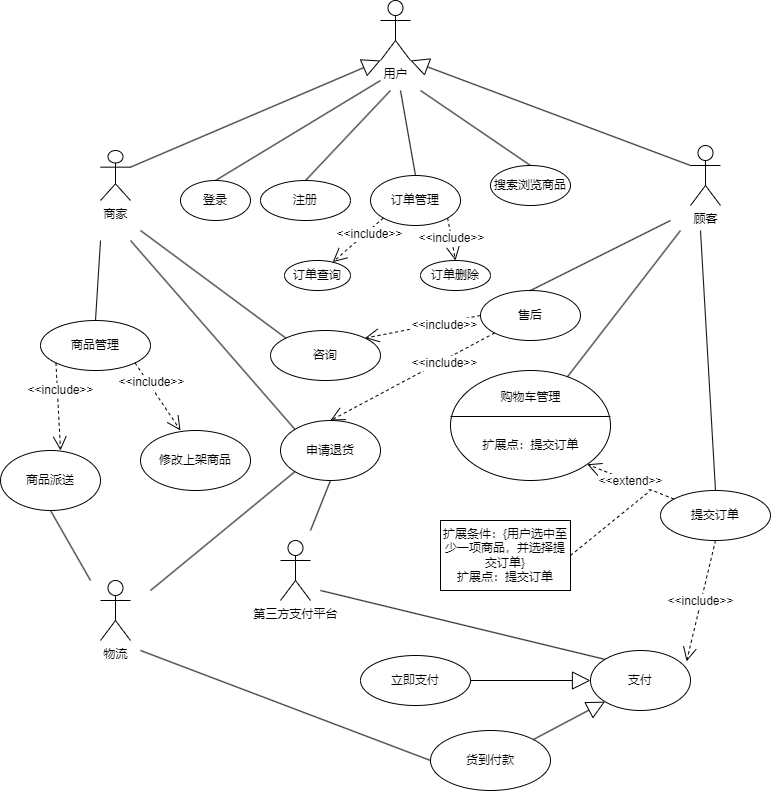
ICEFJL/Experiment-with-software-development-methods keeps this draw.io diagram as 实验1.drawio.png. Above is the earlier version. Source tidied: cells renumbered, new cells last; positions are measured from the earlier drawing's top-left corner, leaving out a move shared by most shapes.
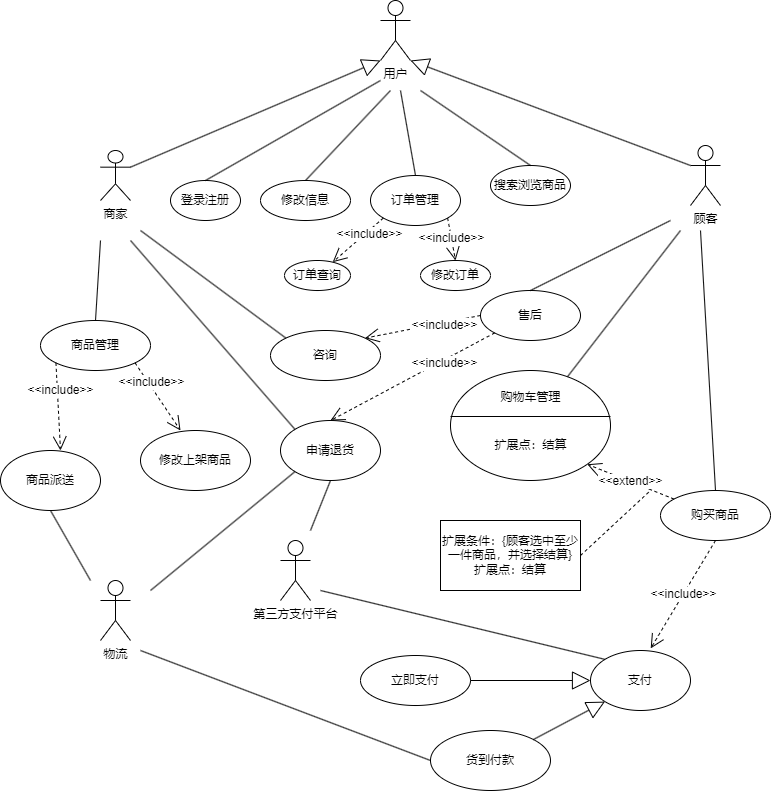
The same file after the commit.

Diff of the diagram source:
```diff
@@ -17,15 +17,15 @@
     <mxCell id="6" style="endArrow=block;endSize=16;endFill=0;html=1;rounded=0;exitX=0;exitY=0.3333333333333333;exitDx=0;exitDy=0;exitPerimeter=0;entryX=1;entryY=1;entryDx=0;entryDy=0;entryPerimeter=0;" parent="1" edge="1" source="3" target="2">
       <mxGeometry relative="1" as="geometry" />
     </mxCell>
-    <mxCell id="7" value="登录" style="ellipse;whiteSpace=wrap;html=1;" parent="1" vertex="1">
-      <mxGeometry x="180" y="180" width="70" height="40" as="geometry" />
+    <mxCell id="7" value="登录注册" style="ellipse;whiteSpace=wrap;html=1;" parent="1" vertex="1">
+      <mxGeometry x="170" y="180" width="70" height="40" as="geometry" />
     </mxCell>
     <mxCell id="8" style="endArrow=none;html=1;rounded=0;exitX=0.5;exitY=0;exitDx=0;exitDy=0;" parent="1" edge="1" source="7">
       <mxGeometry relative="1" as="geometry">
         <mxPoint x="380" y="80" as="targetPoint" />
       </mxGeometry>
     </mxCell>
-    <mxCell id="9" value="注册" style="ellipse;whiteSpace=wrap;html=1;" parent="1" vertex="1">
+    <mxCell id="9" value="修改信息" style="ellipse;whiteSpace=wrap;html=1;" parent="1" vertex="1">
       <mxGeometry x="260" y="180" width="90" height="40" as="geometry" />
     </mxCell>
     <mxCell id="10" style="endArrow=none;html=1;rounded=0;exitX=0.5;exitY=0;exitDx=0;exitDy=0;" parent="1" edge="1" source="9">
@@ -55,7 +55,7 @@
     <mxCell id="16" value="订单查询" style="ellipse;whiteSpace=wrap;html=1;" parent="1" vertex="1">
       <mxGeometry x="284" y="260" width="66" height="30" as="geometry" />
     </mxCell>
-    <mxCell id="17" value="订单删除" style="ellipse;whiteSpace=wrap;html=1;" parent="1" vertex="1">
+    <mxCell id="17" value="修改订单" style="ellipse;whiteSpace=wrap;html=1;" parent="1" vertex="1">
       <mxGeometry x="420" y="260" width="70" height="30" as="geometry" />
     </mxCell>
     <mxCell id="18" value="&amp;lt;&amp;lt;include&amp;gt;&amp;gt;" style="endArrow=open;endSize=12;dashed=1;html=1;rounded=0;exitX=1;exitY=1;exitDx=0;exitDy=0;entryX=0.5;entryY=0;entryDx=0;entryDy=0;" parent="1" edge="1" source="11" target="17">
@@ -77,7 +77,7 @@
         <mxPoint x="670" y="220" as="targetPoint" />
       </mxGeometry>
     </mxCell>
-    <mxCell id="23" value="提交订单" style="ellipse;whiteSpace=wrap;html=1;" parent="1" vertex="1">
+    <mxCell id="23" value="购买商品" style="ellipse;whiteSpace=wrap;html=1;" parent="1" vertex="1">
       <mxGeometry x="660" y="490" width="110" height="50" as="geometry" />
     </mxCell>
     <mxCell id="24" value="支付" style="ellipse;whiteSpace=wrap;html=1;" parent="1" vertex="1">
@@ -99,7 +99,7 @@
     <mxCell id="28" value="&amp;lt;&amp;lt;extend&amp;gt;&amp;gt;" style="endArrow=open;endSize=12;dashed=1;html=1;rounded=0;entryX=1;entryY=1;entryDx=0;entryDy=0;" parent="1" edge="1" source="23" target="19">
       <mxGeometry relative="1" as="geometry" />
     </mxCell>
-    <mxCell id="29" value="&amp;lt;&amp;lt;include&amp;gt;&amp;gt;" style="endArrow=open;endSize=12;dashed=1;html=1;rounded=0;exitX=0.5;exitY=1;exitDx=0;exitDy=0;entryX=0.961;entryY=0.181;entryDx=0;entryDy=0;entryPerimeter=0;" parent="1" edge="1" source="23" target="24">
+    <mxCell id="29" value="&amp;lt;&amp;lt;include&amp;gt;&amp;gt;" style="endArrow=open;endSize=12;dashed=1;html=1;rounded=0;exitX=0.5;exitY=1;exitDx=0;exitDy=0;entryX=0.602;entryY=-0.035;entryDx=0;entryDy=0;entryPerimeter=0;" parent="1" edge="1" source="23" target="24">
       <mxGeometry relative="1" as="geometry" />
     </mxCell>
     <mxCell id="30" value="申请退货" style="ellipse;whiteSpace=wrap;html=1;" parent="1" vertex="1">
@@ -155,11 +155,11 @@
     <mxCell id="44" value="购物车管理" style="text;html=1;align=center;verticalAlign=middle;strokeColor=none;fillColor=none;" parent="1" vertex="1">
       <mxGeometry x="490" y="382" width="80" height="30" as="geometry" />
     </mxCell>
-    <mxCell id="45" value="扩展点：提交订单" style="text;html=1;align=center;verticalAlign=middle;strokeColor=none;fillColor=none;" parent="1" vertex="1">
-      <mxGeometry x="470" y="430" width="120" height="30" as="geometry" />
+    <mxCell id="45" value="扩展点：结算" style="text;html=1;align=center;verticalAlign=middle;strokeColor=none;fillColor=none;" parent="1" vertex="1">
+      <mxGeometry x="480" y="430" width="100" height="30" as="geometry" />
     </mxCell>
-    <mxCell id="46" value="扩展条件：{用户选中至少一项商品，并选择提交订单}&lt;br&gt;扩展点：提交订单" style="rounded=0;whiteSpace=wrap;html=1;" parent="1" vertex="1">
-      <mxGeometry x="440" y="520" width="130" height="70" as="geometry" />
+    <mxCell id="46" value="扩展条件：{顾客选中至少一件商品，并选择结算}&lt;br&gt;扩展点：结算" style="rounded=0;whiteSpace=wrap;html=1;" parent="1" vertex="1">
+      <mxGeometry x="440" y="520" width="140" height="70" as="geometry" />
     </mxCell>
     <mxCell id="47" style="endArrow=none;dashed=1;html=1;rounded=0;exitX=1;exitY=0.5;exitDx=0;exitDy=0;" parent="1" edge="1" source="46">
       <mxGeometry relative="1" as="geometry">
```
